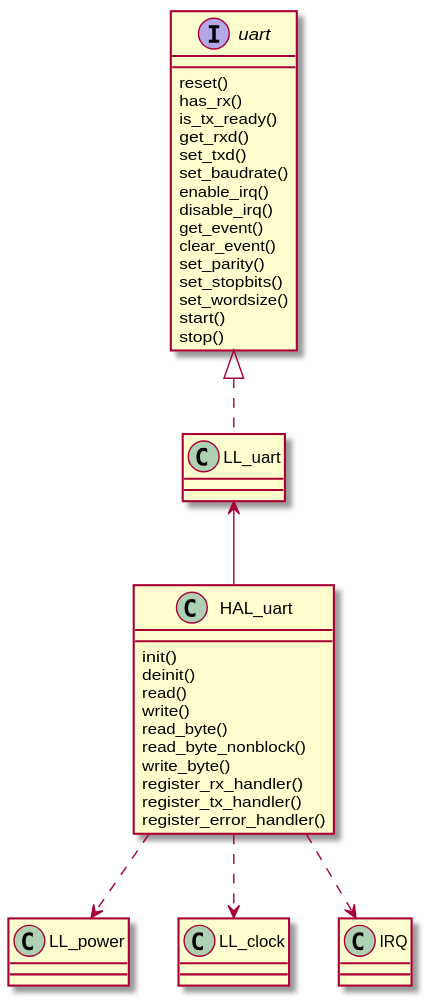
This is docs/source/assets/images/uart.svg from onkwon/halmcu, a PlantUML export, as it was before one commit.
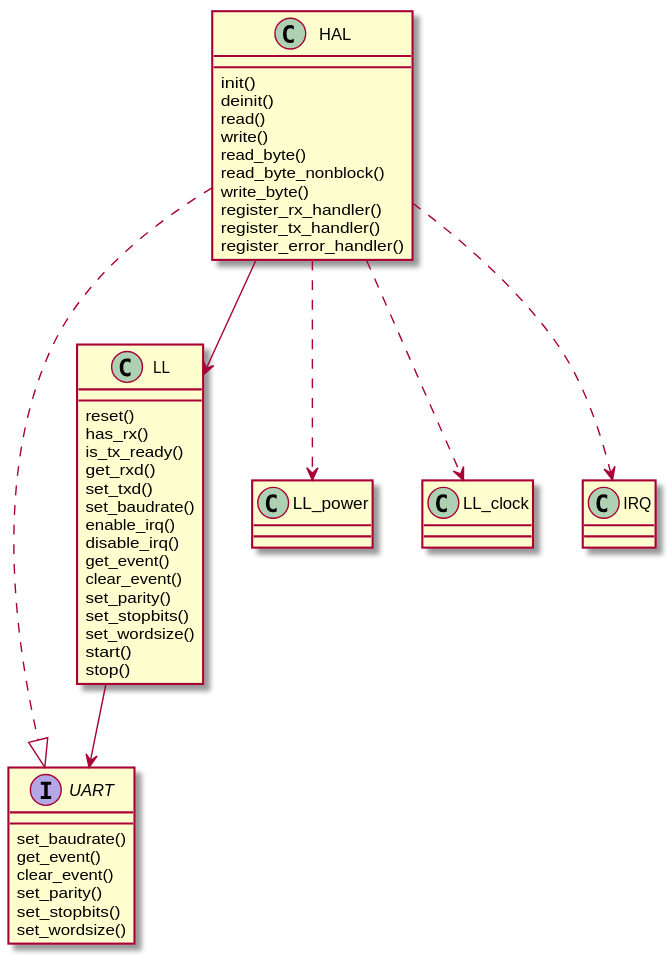
After the commit.

The edit, as a diff of the source:
```diff
@@ -1,5 +1,14 @@
 @startuml
-interface uart {
+interface UART {
+	set_baudrate()
+	get_event()
+	clear_event()
+	set_parity()
+	set_stopbits()
+	set_wordsize()
+}
+
+class LL {
 	reset()
 	has_rx()
 	is_tx_ready()
@@ -17,10 +26,7 @@
 	stop()
 }
 
-class LL_uart {
-}
-
-class HAL_uart {
+class HAL {
 	init()
 	deinit()
 	read()
@@ -33,10 +39,10 @@
 	register_error_handler()
 }
 
-uart <|.. LL_uart
-LL_uart <-- HAL_uart
-
-HAL_uart ..> LL_power
-HAL_uart ..> LL_clock
-HAL_uart ..> IRQ
+HAL ..|> UART
+HAL --> LL
+HAL ..> LL_power
+HAL ..> LL_clock
+HAL ..> IRQ
+LL --> UART
 @enduml
```
